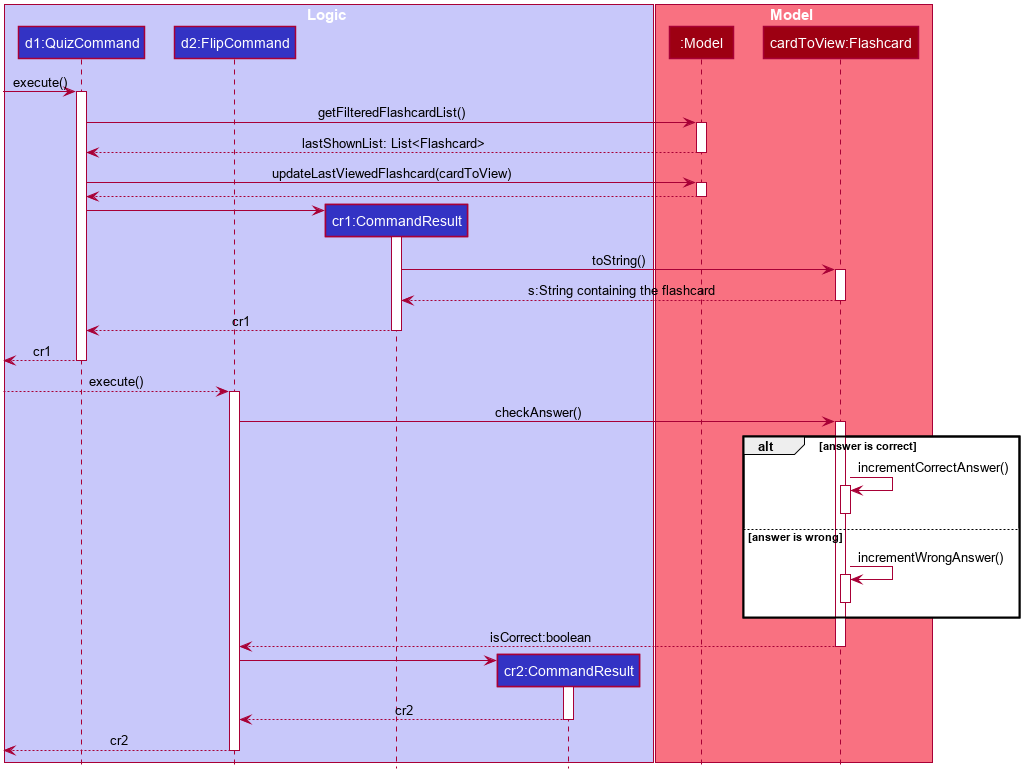
This is docs/images/QuizSequenceDiagram.png from nus-cs2103-AY1920S1/addressbook-level3, a PlantUML export, as it was before one commit.
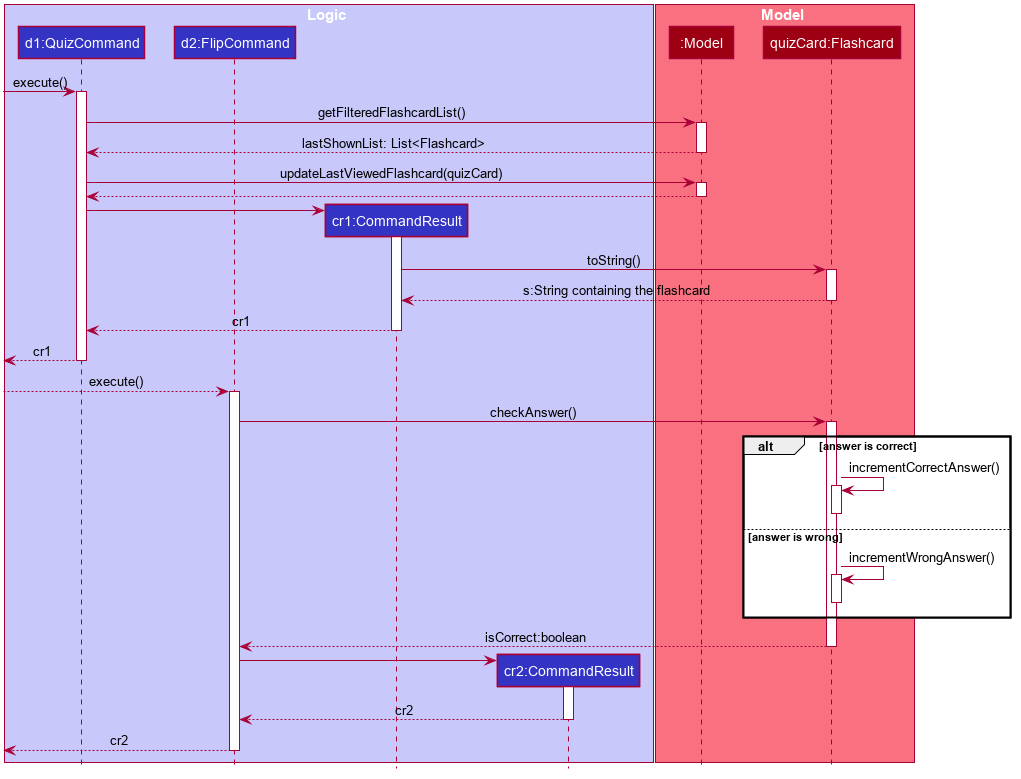
Above is the later version.

Commit message:
Updated Quiz Diagram

Change to the diagram source:
```diff
@@ -57,7 +57,7 @@
 
 box Model #F97181
 participant ":Model" as Model #9D0012
-participant "cardToView:Flashcard" as Flashcard #9D0012
+participant "quizCard:Flashcard" as Flashcard #9D0012
 end box
 
 [-> QuizCommand: execute()
@@ -69,7 +69,7 @@
 Model --> QuizCommand: lastShownList: List<Flashcard>
 deactivate Model
 
-QuizCommand -> Model : updateLastViewedFlashcard(cardToView)
+QuizCommand -> Model : updateLastViewedFlashcard(quizCard)
 activate Model
 
 Model --> QuizCommand
```
